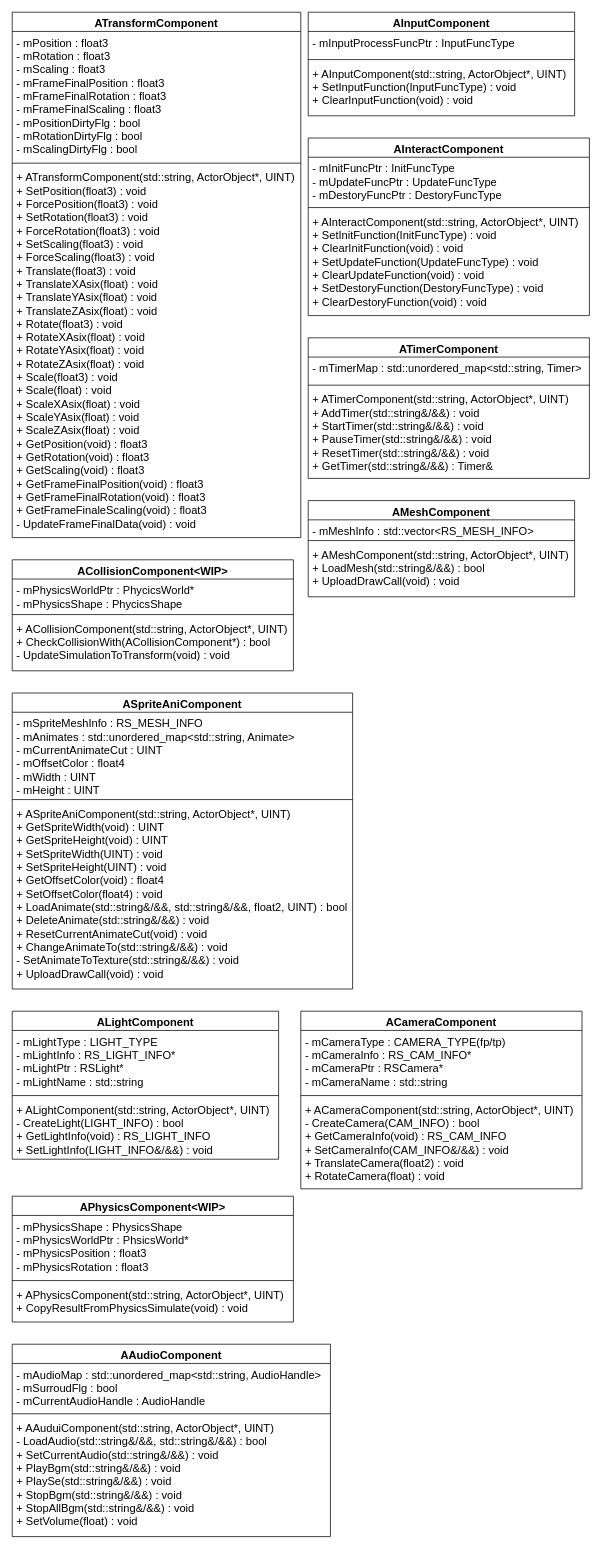
The draw.io diagram page "AComponent" (8 of 9) of HycFrame3D.drawio in HIBICUS-CAI/HycFrame3D, before the edit. Source tidied: cells renumbered, new cells numbered last; positions are measured from the earlier drawing's top-left corner, leaving out a move shared by most shapes. Both pictures are drawn from the tidied source at 74%, with x=0, y=0 at pixel (12, 12).
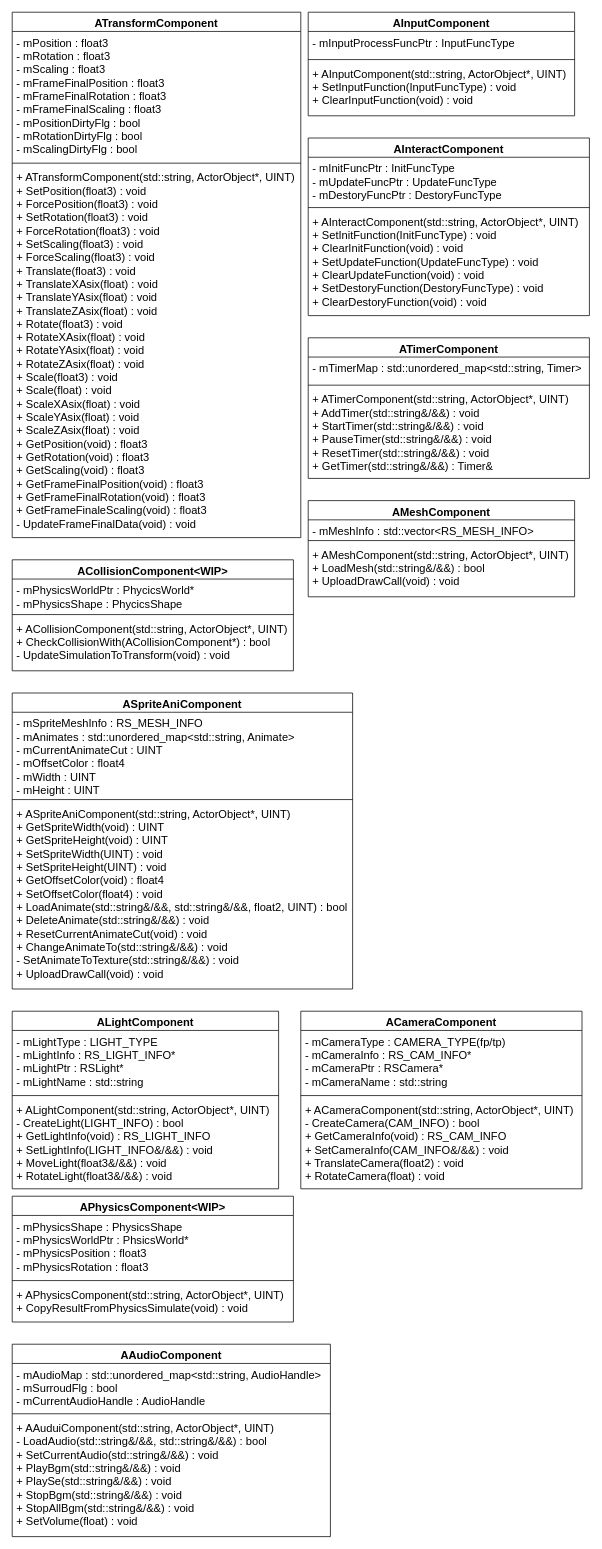
Above is the later version.

What changed in the source:
```diff
@@
     <mxCell id="30" value="ALightComponent" style="swimlane;fontStyle=1;align=center;verticalAlign=top;horizontal=1;startSize=26;fontSize=15;" parent="1" vertex="1">
-      <mxGeometry y="1350" width="360" height="200" as="geometry" />
+      <mxGeometry y="1350" width="360" height="240" as="geometry" />
     </mxCell>
@@
-    <mxCell id="33" value="+ ALightComponent(std::string, ActorObject*, UINT)&#10;- CreateLight(LIGHT_INFO) : bool&#10;+ GetLightInfo(void) : RS_LIGHT_INFO&#10;+ SetLightInfo(LIGHT_INFO&amp;/&amp;&amp;) : void" style="text;strokeColor=none;fillColor=none;align=left;verticalAlign=top;spacingLeft=4;spacingRight=4;overflow=hidden;fontSize=15;" parent="30" vertex="1">
-      <mxGeometry y="118" width="360" height="82" as="geometry" />
+    <mxCell id="33" value="+ ALightComponent(std::string, ActorObject*, UINT)&#10;- CreateLight(LIGHT_INFO) : bool&#10;+ GetLightInfo(void) : RS_LIGHT_INFO&#10;+ SetLightInfo(LIGHT_INFO&amp;/&amp;&amp;) : void&#10;+ MoveLight(float3&amp;/&amp;&amp;) : void&#10;+ RotateLight(float3&amp;/&amp;&amp;) : void" style="text;strokeColor=none;fillColor=none;align=left;verticalAlign=top;spacingLeft=4;spacingRight=4;overflow=hidden;fontSize=15;" parent="30" vertex="1">
+      <mxGeometry y="118" width="360" height="122" as="geometry" />
     </mxCell>
```
